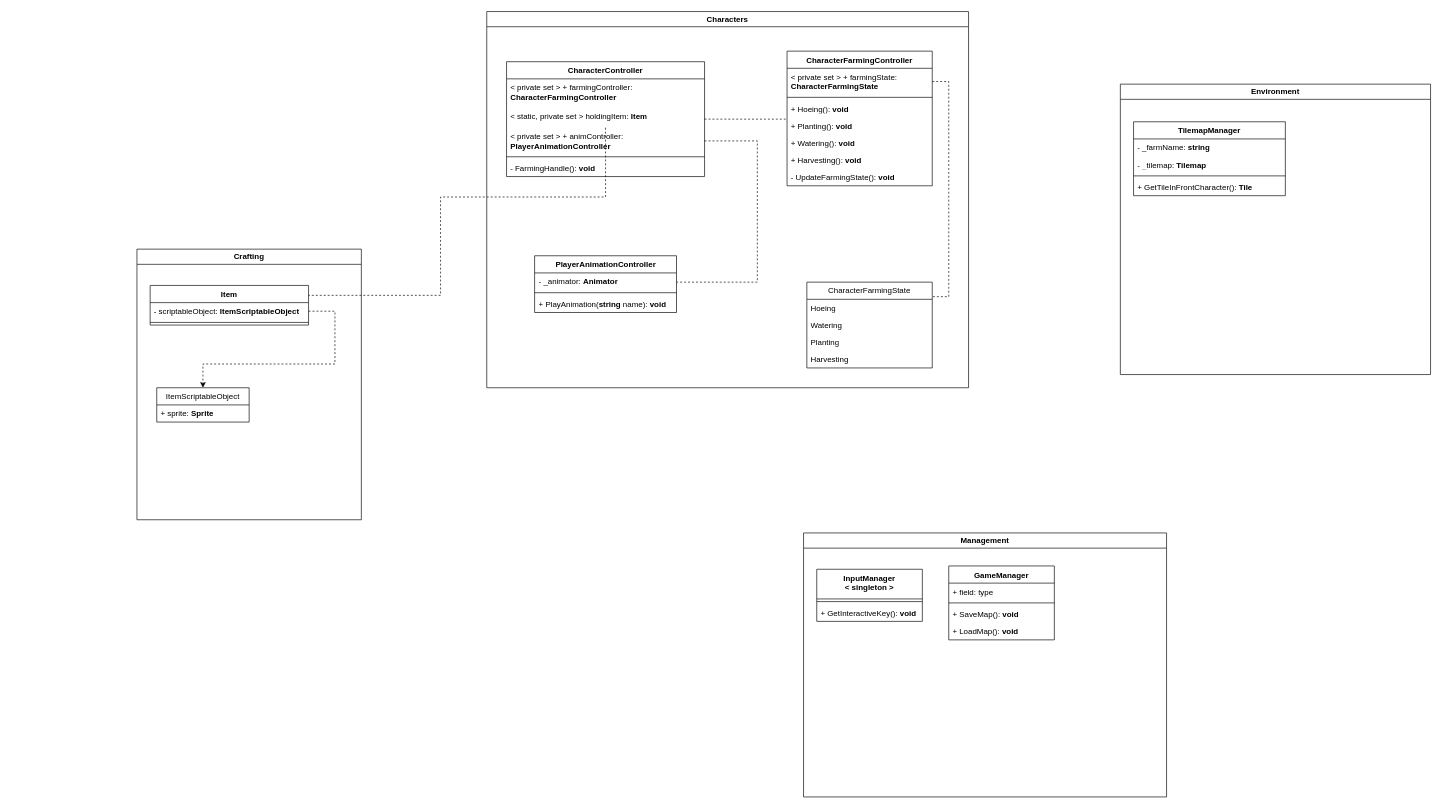
This is page "draft_farming" (3 of 4) of Document/Diagrams/sunny_field_classes.drawio from linhh563/sunny-fields, a draw.io file, before an edit. Source tidied: cells renumbered, new cells numbered last; positions are measured from the earlier drawing's top-left corner, leaving out a move shared by most shapes. Both pictures are drawn from the tidied source at 66%, with x=0, y=0 at pixel (137, 11).
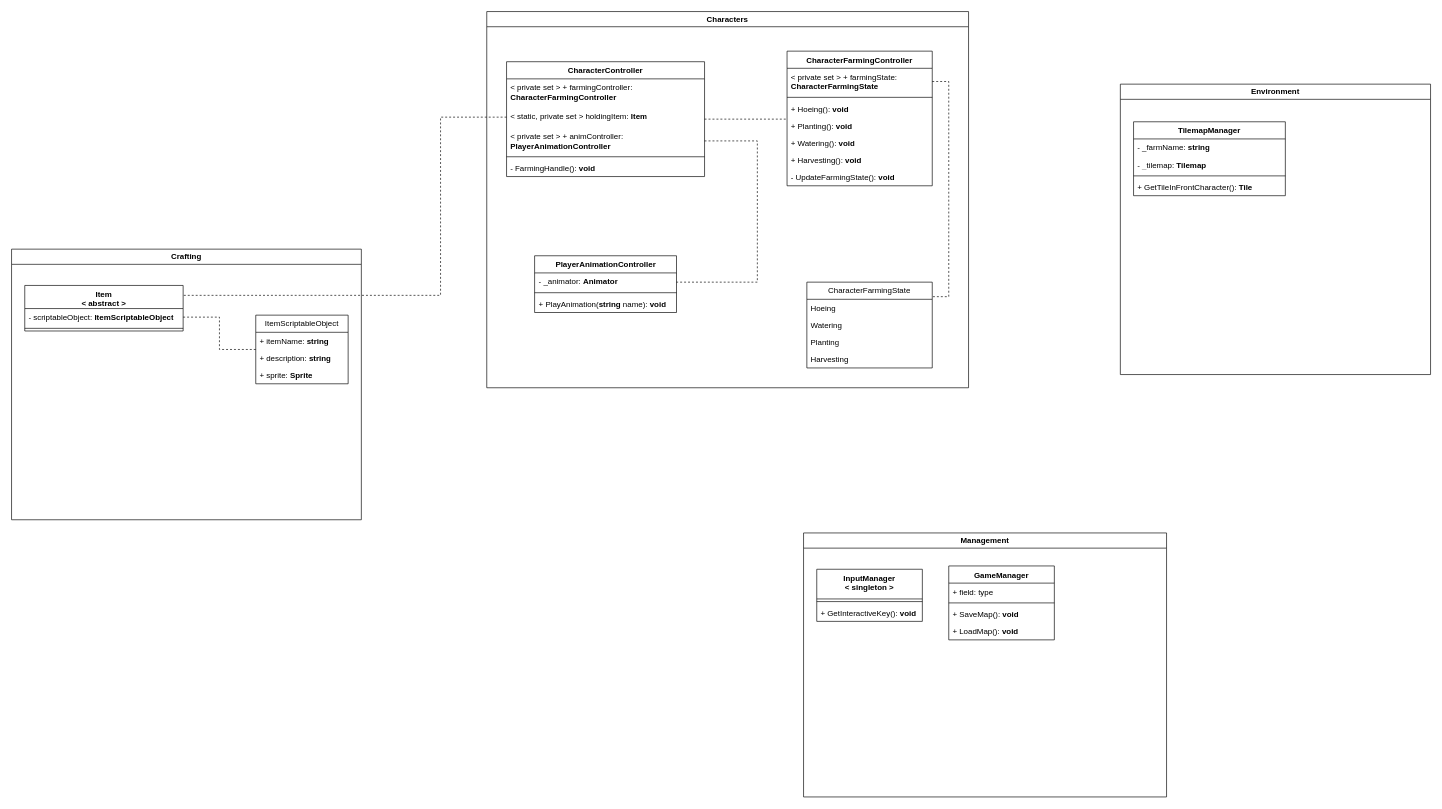
Above is the later version.

Unchanged cells that the change refers to:
```xml
<mxCell id="12" value="&amp;lt; static, private set &amp;gt; holdingItem: &lt;b&gt;Item&lt;/b&gt;" style="text;strokeColor=none;fillColor=none;align=left;verticalAlign=top;spacingLeft=4;spacingRight=4;overflow=hidden;points=[[0,0.5],[1,0.5]];portConstraint=eastwest;whiteSpace=wrap;html=1;" parent="10" vertex="1">
  <mxGeometry y="70" width="300" height="30" as="geometry" />
</mxCell>
```

Change to the diagram source:
```diff
@@
     <mxCell id="44" value="Crafting" style="swimlane;whiteSpace=wrap;html=1;" parent="1" vertex="1">
-      <mxGeometry y="360" width="340" height="410" as="geometry" />
+      <mxGeometry x="-190" y="360" width="530" height="410" as="geometry" />
     </mxCell>
-    <mxCell id="45" value="Item" style="swimlane;fontStyle=1;align=center;verticalAlign=top;horizontal=1;startSize=26;whiteSpace=wrap;html=1;" parent="44" vertex="1">
-      <mxGeometry x="20" y="55" width="240" height="60" as="geometry" />
+    <mxCell id="45" value="Item&lt;div&gt;&amp;lt; abstract &amp;gt;&lt;/div&gt;" style="swimlane;fontStyle=1;align=center;verticalAlign=top;horizontal=1;startSize=35;whiteSpace=wrap;html=1;" parent="44" vertex="1">
+      <mxGeometry x="20" y="55" width="240" height="69" as="geometry" />
     </mxCell>
     <mxCell id="46" value="- scriptableObject: &lt;b&gt;ItemScriptableObject&lt;/b&gt;" style="text;strokeColor=none;fillColor=none;align=left;verticalAlign=top;spacingLeft=4;spacingRight=4;overflow=hidden;points=[[0,0.5],[1,0.5]];portConstraint=eastwest;whiteSpace=wrap;html=1;" parent="45" vertex="1">
-      <mxGeometry y="26" width="240" height="26" as="geometry" />
+      <mxGeometry y="35" width="240" height="26" as="geometry" />
     </mxCell>
     <mxCell id="47" style="line;strokeWidth=1;fillColor=none;align=left;verticalAlign=middle;spacingTop=-1;spacingLeft=3;spacingRight=3;labelPosition=right;strokeColor=inherit;" parent="45" vertex="1">
-      <mxGeometry y="52" width="240" height="8" as="geometry" />
+      <mxGeometry y="61" width="240" height="8" as="geometry" />
     </mxCell>
     <mxCell id="48" value="ItemScriptableObject" style="swimlane;fontStyle=0;horizontal=1;startSize=26;fillColor=none;whiteSpace=wrap;html=1;" parent="44" vertex="1">
-      <mxGeometry x="30" y="210" width="140" height="52" as="geometry" />
+      <mxGeometry x="370" y="100" width="140" height="104" as="geometry" />
     </mxCell>
+    <mxCell id="52" value="+ itemName: &lt;b&gt;string&lt;/b&gt;" style="text;strokeColor=none;fillColor=none;align=left;verticalAlign=top;spacingLeft=4;spacingRight=4;overflow=hidden;whiteSpace=wrap;html=1;" parent="48" vertex="1">
+      <mxGeometry y="26" width="140" height="26" as="geometry" />
+    </mxCell>
+    <mxCell id="53" value="+ description: &lt;b&gt;string&lt;/b&gt;" style="text;strokeColor=none;fillColor=none;align=left;verticalAlign=top;spacingLeft=4;spacingRight=4;overflow=hidden;whiteSpace=wrap;html=1;" parent="48" vertex="1">
+      <mxGeometry y="52" width="140" height="26" as="geometry" />
+    </mxCell>
     <mxCell id="49" value="+ sprite: &lt;b&gt;Sprite&lt;/b&gt;" style="text;strokeColor=none;fillColor=none;align=left;verticalAlign=top;spacingLeft=4;spacingRight=4;overflow=hidden;whiteSpace=wrap;html=1;" parent="48" vertex="1">
-      <mxGeometry y="26" width="140" height="26" as="geometry" />
+      <mxGeometry y="78" width="140" height="26" as="geometry" />
     </mxCell>
-    <mxCell id="50" style="edgeStyle=orthogonalEdgeStyle;rounded=0;jettySize=auto;html=1;dashed=1;" parent="44" edge="1" source="46" target="48">
-      <mxGeometry relative="1" as="geometry">
-        <Array as="points">
-          <mxPoint x="300" y="94" />
-          <mxPoint x="300" y="174" />
-          <mxPoint x="100" y="174" />
-        </Array>
-      </mxGeometry>
+    <mxCell id="50" style="edgeStyle=orthogonalEdgeStyle;rounded=0;jettySize=auto;html=1;dashed=1;endArrow=none;startFill=0;" parent="44" edge="1" source="46" target="48">
+      <mxGeometry relative="1" as="geometry" />
     </mxCell>
     <mxCell id="51" style="edgeStyle=orthogonalEdgeStyle;rounded=0;jettySize=auto;html=1;dashed=1;endArrow=none;startFill=0;" parent="1" edge="1" source="12" target="45">
       <mxGeometry relative="1" as="geometry">
         <Array as="points">
-          <mxPoint x="460" y="281" />
+          <mxPoint x="460" y="160" />
           <mxPoint x="460" y="430" />
         </Array>
       </mxGeometry>
     </mxCell>
```
